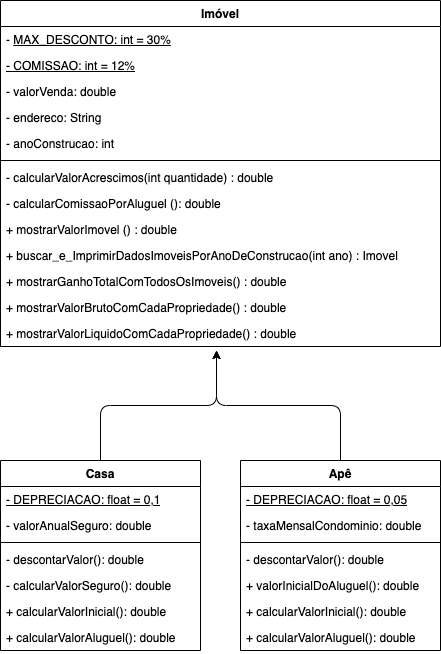
Earlier version of the draw.io export Docs/DiagClasseImobiliaria.drawio.png (ericdiniz/PM_Exerc_Condominio_seguro). Source tidied: cells renumbered, new cells last; positions are measured from the earlier drawing's top-left corner, leaving out a move shared by most shapes. The source it was exported from:
```xml
<mxGraphModel>
  <root>
    <mxCell id="0" />
    <mxCell id="1" parent="0" />
    <mxCell id="2" value="Imóvel" style="swimlane;fontStyle=1;align=center;verticalAlign=top;horizontal=1;startSize=26;whiteSpace=wrap;html=1;" parent="1" vertex="1">
      <mxGeometry width="440" height="346" as="geometry" />
    </mxCell>
    <mxCell id="3" value="- &lt;u&gt;MAX_DESCONTO: int = 30%&lt;/u&gt;" style="text;strokeColor=none;fillColor=none;align=left;verticalAlign=top;spacingLeft=4;spacingRight=4;overflow=hidden;whiteSpace=wrap;html=1;" parent="2" vertex="1">
      <mxGeometry y="26" width="440" height="26" as="geometry" />
    </mxCell>
    <mxCell id="4" value="&lt;u&gt;- COMISSAO: int = 12%&lt;/u&gt;" style="text;strokeColor=none;fillColor=none;align=left;verticalAlign=top;spacingLeft=4;spacingRight=4;overflow=hidden;points=[[0,0.5],[1,0.5]];portConstraint=eastwest;whiteSpace=wrap;html=1;" parent="2" vertex="1">
      <mxGeometry y="52" width="440" height="26" as="geometry" />
    </mxCell>
    <mxCell id="5" value="- valorVenda: double" style="text;strokeColor=none;fillColor=none;align=left;verticalAlign=top;spacingLeft=4;spacingRight=4;overflow=hidden;whiteSpace=wrap;html=1;" parent="2" vertex="1">
      <mxGeometry y="78" width="440" height="26" as="geometry" />
    </mxCell>
    <mxCell id="6" value="- endereco: String" style="text;strokeColor=none;fillColor=none;align=left;verticalAlign=top;spacingLeft=4;spacingRight=4;overflow=hidden;whiteSpace=wrap;html=1;" parent="2" vertex="1">
      <mxGeometry y="104" width="440" height="26" as="geometry" />
    </mxCell>
    <mxCell id="7" value="- anoConstrucao: int" style="text;strokeColor=none;fillColor=none;align=left;verticalAlign=top;spacingLeft=4;spacingRight=4;overflow=hidden;whiteSpace=wrap;html=1;" parent="2" vertex="1">
      <mxGeometry y="130" width="440" height="26" as="geometry" />
    </mxCell>
    <mxCell id="8" style="line;strokeWidth=1;fillColor=none;align=left;verticalAlign=middle;spacingTop=-1;spacingLeft=3;spacingRight=3;labelPosition=right;strokeColor=inherit;" parent="2" vertex="1">
      <mxGeometry y="156" width="440" height="8" as="geometry" />
    </mxCell>
    <mxCell id="9" value="- calcularValorAcrescimos(int quantidade) : double" style="text;strokeColor=none;fillColor=none;align=left;verticalAlign=top;spacingLeft=4;spacingRight=4;overflow=hidden;whiteSpace=wrap;html=1;" parent="2" vertex="1">
      <mxGeometry y="164" width="440" height="26" as="geometry" />
    </mxCell>
    <mxCell id="10" value="- calcularComissaoPorAluguel (): double" style="text;strokeColor=none;fillColor=none;align=left;verticalAlign=top;spacingLeft=4;spacingRight=4;overflow=hidden;whiteSpace=wrap;html=1;" parent="2" vertex="1">
      <mxGeometry y="190" width="440" height="26" as="geometry" />
    </mxCell>
    <mxCell id="11" value="+ mostrarValorImovel () : double" style="text;strokeColor=none;fillColor=none;align=left;verticalAlign=top;spacingLeft=4;spacingRight=4;overflow=hidden;whiteSpace=wrap;html=1;" parent="2" vertex="1">
      <mxGeometry y="216" width="440" height="26" as="geometry" />
    </mxCell>
    <mxCell id="12" value="+ buscar_e_ImprimirDadosImoveisPorAnoDeConstrucao(int ano) : Imovel" style="text;strokeColor=none;fillColor=none;align=left;verticalAlign=top;spacingLeft=4;spacingRight=4;overflow=hidden;whiteSpace=wrap;html=1;" parent="2" vertex="1">
      <mxGeometry y="242" width="440" height="26" as="geometry" />
    </mxCell>
    <mxCell id="13" value="+ mostrarGanhoTotalComTodosOsImoveis() : double" style="text;strokeColor=none;fillColor=none;align=left;verticalAlign=top;spacingLeft=4;spacingRight=4;overflow=hidden;whiteSpace=wrap;html=1;" parent="2" vertex="1">
      <mxGeometry y="268" width="440" height="26" as="geometry" />
    </mxCell>
    <mxCell id="14" value="+ mostrarValorBrutoComCadaPropriedade() : double" style="text;strokeColor=none;fillColor=none;align=left;verticalAlign=top;spacingLeft=4;spacingRight=4;overflow=hidden;whiteSpace=wrap;html=1;" parent="2" vertex="1">
      <mxGeometry y="294" width="440" height="26" as="geometry" />
    </mxCell>
    <mxCell id="15" value="+ mostrarValorLiquidoComCadaPropriedade() : double" style="text;strokeColor=none;fillColor=none;align=left;verticalAlign=top;spacingLeft=4;spacingRight=4;overflow=hidden;points=[[0,0.5],[1,0.5]];portConstraint=eastwest;whiteSpace=wrap;html=1;" parent="2" vertex="1">
      <mxGeometry y="320" width="440" height="26" as="geometry" />
    </mxCell>
    <mxCell id="16" style="edgeStyle=orthogonalEdgeStyle;html=1;exitX=0.5;exitY=0;exitDx=0;exitDy=0;" parent="1" edge="1" source="17">
      <mxGeometry relative="1" as="geometry">
        <mxPoint x="216" y="350" as="targetPoint" />
      </mxGeometry>
    </mxCell>
    <mxCell id="17" value="Casa" style="swimlane;fontStyle=1;align=center;verticalAlign=top;horizontal=1;startSize=26;whiteSpace=wrap;html=1;" parent="1" vertex="1">
      <mxGeometry y="460" width="200" height="190" as="geometry" />
    </mxCell>
    <mxCell id="18" value="&lt;u&gt;- DEPRECIACAO: float = 0,1&lt;/u&gt;" style="text;strokeColor=none;fillColor=none;align=left;verticalAlign=top;spacingLeft=4;spacingRight=4;overflow=hidden;whiteSpace=wrap;html=1;" parent="17" vertex="1">
      <mxGeometry y="26" width="200" height="26" as="geometry" />
    </mxCell>
    <mxCell id="19" value="- valorAnualSeguro: double" style="text;strokeColor=none;fillColor=none;align=left;verticalAlign=top;spacingLeft=4;spacingRight=4;overflow=hidden;whiteSpace=wrap;html=1;" parent="17" vertex="1">
      <mxGeometry y="52" width="200" height="26" as="geometry" />
    </mxCell>
    <mxCell id="20" style="line;strokeWidth=1;fillColor=none;align=left;verticalAlign=middle;spacingTop=-1;spacingLeft=3;spacingRight=3;labelPosition=right;strokeColor=inherit;" parent="17" vertex="1">
      <mxGeometry y="78" width="200" height="8" as="geometry" />
    </mxCell>
    <mxCell id="21" value="-&amp;nbsp;descontarValor(): double" style="text;strokeColor=none;fillColor=none;align=left;verticalAlign=top;spacingLeft=4;spacingRight=4;overflow=hidden;whiteSpace=wrap;html=1;" parent="17" vertex="1">
      <mxGeometry y="86" width="200" height="26" as="geometry" />
    </mxCell>
    <mxCell id="22" value="-&amp;nbsp;calcularValorSeguro(): double" style="text;strokeColor=none;fillColor=none;align=left;verticalAlign=top;spacingLeft=4;spacingRight=4;overflow=hidden;whiteSpace=wrap;html=1;" parent="17" vertex="1">
      <mxGeometry y="112" width="200" height="26" as="geometry" />
    </mxCell>
    <mxCell id="23" value="+ calcularValorInicial(): double" style="text;strokeColor=none;fillColor=none;align=left;verticalAlign=top;spacingLeft=4;spacingRight=4;overflow=hidden;whiteSpace=wrap;html=1;" parent="17" vertex="1">
      <mxGeometry y="138" width="200" height="26" as="geometry" />
    </mxCell>
    <mxCell id="24" value="+&amp;nbsp;calcularValorAluguel(): double" style="text;strokeColor=none;fillColor=none;align=left;verticalAlign=top;spacingLeft=4;spacingRight=4;overflow=hidden;whiteSpace=wrap;html=1;" parent="17" vertex="1">
      <mxGeometry y="164" width="200" height="26" as="geometry" />
    </mxCell>
    <mxCell id="25" style="edgeStyle=orthogonalEdgeStyle;html=1;exitX=0.5;exitY=0;exitDx=0;exitDy=0;" parent="1" edge="1" source="26">
      <mxGeometry relative="1" as="geometry">
        <mxPoint x="216" y="350" as="targetPoint" />
      </mxGeometry>
    </mxCell>
    <mxCell id="26" value="Apê" style="swimlane;fontStyle=1;align=center;verticalAlign=top;horizontal=1;startSize=26;whiteSpace=wrap;html=1;" parent="1" vertex="1">
      <mxGeometry x="240" y="460" width="200" height="190" as="geometry" />
    </mxCell>
    <mxCell id="27" value="&lt;u style=&quot;border-color: var(--border-color);&quot;&gt;- DEPRECIACAO: float = 0,05&lt;/u&gt;" style="text;strokeColor=none;fillColor=none;align=left;verticalAlign=top;spacingLeft=4;spacingRight=4;overflow=hidden;whiteSpace=wrap;html=1;" parent="26" vertex="1">
      <mxGeometry y="26" width="200" height="26" as="geometry" />
    </mxCell>
    <mxCell id="28" value="- taxaMensalCondominio: double" style="text;strokeColor=none;fillColor=none;align=left;verticalAlign=top;spacingLeft=4;spacingRight=4;overflow=hidden;whiteSpace=wrap;html=1;" parent="26" vertex="1">
      <mxGeometry y="52" width="200" height="26" as="geometry" />
    </mxCell>
    <mxCell id="29" style="line;strokeWidth=1;fillColor=none;align=left;verticalAlign=middle;spacingTop=-1;spacingLeft=3;spacingRight=3;labelPosition=right;strokeColor=inherit;" parent="26" vertex="1">
      <mxGeometry y="78" width="200" height="8" as="geometry" />
    </mxCell>
    <mxCell id="30" value="-&amp;nbsp;descontarValor(): double" style="text;strokeColor=none;fillColor=none;align=left;verticalAlign=top;spacingLeft=4;spacingRight=4;overflow=hidden;whiteSpace=wrap;html=1;" parent="26" vertex="1">
      <mxGeometry y="86" width="200" height="26" as="geometry" />
    </mxCell>
    <mxCell id="31" value="+ valorInicialDoAluguel(): double" style="text;strokeColor=none;fillColor=none;align=left;verticalAlign=top;spacingLeft=4;spacingRight=4;overflow=hidden;whiteSpace=wrap;html=1;" parent="26" vertex="1">
      <mxGeometry y="112" width="200" height="26" as="geometry" />
    </mxCell>
    <mxCell id="32" value="+ calcularValorInicial(): double" style="text;strokeColor=none;fillColor=none;align=left;verticalAlign=top;spacingLeft=4;spacingRight=4;overflow=hidden;whiteSpace=wrap;html=1;" parent="26" vertex="1">
      <mxGeometry y="138" width="200" height="26" as="geometry" />
    </mxCell>
    <mxCell id="33" value="+&amp;nbsp;calcularValorAluguel(): double" style="text;strokeColor=none;fillColor=none;align=left;verticalAlign=top;spacingLeft=4;spacingRight=4;overflow=hidden;whiteSpace=wrap;html=1;" parent="26" vertex="1">
      <mxGeometry y="164" width="200" height="26" as="geometry" />
    </mxCell>
  </root>
</mxGraphModel>
```
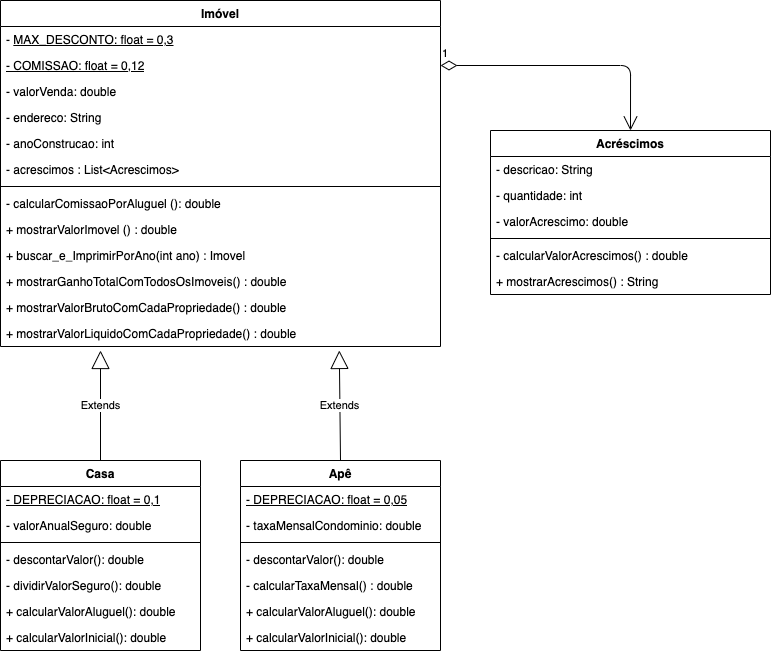
Later version of the same file.

Commit message:
versao atualizada do diagrama de classes, alem do codigo da classe acrescimos

Change to the diagram source:
```diff
@@ -5,10 +5,10 @@
     <mxCell id="2" value="Imóvel" style="swimlane;fontStyle=1;align=center;verticalAlign=top;horizontal=1;startSize=26;whiteSpace=wrap;html=1;" parent="1" vertex="1">
       <mxGeometry width="440" height="346" as="geometry" />
     </mxCell>
-    <mxCell id="3" value="- &lt;u&gt;MAX_DESCONTO: int = 30%&lt;/u&gt;" style="text;strokeColor=none;fillColor=none;align=left;verticalAlign=top;spacingLeft=4;spacingRight=4;overflow=hidden;whiteSpace=wrap;html=1;" parent="2" vertex="1">
+    <mxCell id="3" value="- &lt;u&gt;MAX_DESCONTO: float = 0,3&lt;/u&gt;" style="text;strokeColor=none;fillColor=none;align=left;verticalAlign=top;spacingLeft=4;spacingRight=4;overflow=hidden;whiteSpace=wrap;html=1;" parent="2" vertex="1">
       <mxGeometry y="26" width="440" height="26" as="geometry" />
     </mxCell>
-    <mxCell id="4" value="&lt;u&gt;- COMISSAO: int = 12%&lt;/u&gt;" style="text;strokeColor=none;fillColor=none;align=left;verticalAlign=top;spacingLeft=4;spacingRight=4;overflow=hidden;points=[[0,0.5],[1,0.5]];portConstraint=eastwest;whiteSpace=wrap;html=1;" parent="2" vertex="1">
+    <mxCell id="4" value="&lt;u&gt;- COMISSAO: float = 0,12&lt;/u&gt;" style="text;strokeColor=none;fillColor=none;align=left;verticalAlign=top;spacingLeft=4;spacingRight=4;overflow=hidden;points=[[0,0.5],[1,0.5]];portConstraint=eastwest;whiteSpace=wrap;html=1;" parent="2" vertex="1">
       <mxGeometry y="52" width="440" height="26" as="geometry" />
     </mxCell>
     <mxCell id="5" value="- valorVenda: double" style="text;strokeColor=none;fillColor=none;align=left;verticalAlign=top;spacingLeft=4;spacingRight=4;overflow=hidden;whiteSpace=wrap;html=1;" parent="2" vertex="1">
@@ -20,19 +20,19 @@
     <mxCell id="7" value="- anoConstrucao: int" style="text;strokeColor=none;fillColor=none;align=left;verticalAlign=top;spacingLeft=4;spacingRight=4;overflow=hidden;whiteSpace=wrap;html=1;" parent="2" vertex="1">
       <mxGeometry y="130" width="440" height="26" as="geometry" />
     </mxCell>
+    <mxCell id="34" value="- acrescimos : List&amp;lt;Acrescimos&amp;gt;" style="text;strokeColor=none;fillColor=none;align=left;verticalAlign=top;spacingLeft=4;spacingRight=4;overflow=hidden;whiteSpace=wrap;html=1;" parent="2" vertex="1">
+      <mxGeometry y="156" width="440" height="26" as="geometry" />
+    </mxCell>
     <mxCell id="8" style="line;strokeWidth=1;fillColor=none;align=left;verticalAlign=middle;spacingTop=-1;spacingLeft=3;spacingRight=3;labelPosition=right;strokeColor=inherit;" parent="2" vertex="1">
-      <mxGeometry y="156" width="440" height="8" as="geometry" />
+      <mxGeometry y="182" width="440" height="8" as="geometry" />
     </mxCell>
-    <mxCell id="9" value="- calcularValorAcrescimos(int quantidade) : double" style="text;strokeColor=none;fillColor=none;align=left;verticalAlign=top;spacingLeft=4;spacingRight=4;overflow=hidden;whiteSpace=wrap;html=1;" parent="2" vertex="1">
-      <mxGeometry y="164" width="440" height="26" as="geometry" />
-    </mxCell>
     <mxCell id="10" value="- calcularComissaoPorAluguel (): double" style="text;strokeColor=none;fillColor=none;align=left;verticalAlign=top;spacingLeft=4;spacingRight=4;overflow=hidden;whiteSpace=wrap;html=1;" parent="2" vertex="1">
       <mxGeometry y="190" width="440" height="26" as="geometry" />
     </mxCell>
     <mxCell id="11" value="+ mostrarValorImovel () : double" style="text;strokeColor=none;fillColor=none;align=left;verticalAlign=top;spacingLeft=4;spacingRight=4;overflow=hidden;whiteSpace=wrap;html=1;" parent="2" vertex="1">
       <mxGeometry y="216" width="440" height="26" as="geometry" />
     </mxCell>
-    <mxCell id="12" value="+ buscar_e_ImprimirDadosImoveisPorAnoDeConstrucao(int ano) : Imovel" style="text;strokeColor=none;fillColor=none;align=left;verticalAlign=top;spacingLeft=4;spacingRight=4;overflow=hidden;whiteSpace=wrap;html=1;" parent="2" vertex="1">
+    <mxCell id="12" value="+ buscar_e_ImprimirPorAno(int ano) : Imovel" style="text;strokeColor=none;fillColor=none;align=left;verticalAlign=top;spacingLeft=4;spacingRight=4;overflow=hidden;whiteSpace=wrap;html=1;" parent="2" vertex="1">
       <mxGeometry y="242" width="440" height="26" as="geometry" />
     </mxCell>
     <mxCell id="13" value="+ mostrarGanhoTotalComTodosOsImoveis() : double" style="text;strokeColor=none;fillColor=none;align=left;verticalAlign=top;spacingLeft=4;spacingRight=4;overflow=hidden;whiteSpace=wrap;html=1;" parent="2" vertex="1">
@@ -44,11 +44,6 @@
     <mxCell id="15" value="+ mostrarValorLiquidoComCadaPropriedade() : double" style="text;strokeColor=none;fillColor=none;align=left;verticalAlign=top;spacingLeft=4;spacingRight=4;overflow=hidden;points=[[0,0.5],[1,0.5]];portConstraint=eastwest;whiteSpace=wrap;html=1;" parent="2" vertex="1">
       <mxGeometry y="320" width="440" height="26" as="geometry" />
     </mxCell>
-    <mxCell id="16" style="edgeStyle=orthogonalEdgeStyle;html=1;exitX=0.5;exitY=0;exitDx=0;exitDy=0;" parent="1" edge="1" source="17">
-      <mxGeometry relative="1" as="geometry">
-        <mxPoint x="216" y="350" as="targetPoint" />
-      </mxGeometry>
-    </mxCell>
     <mxCell id="17" value="Casa" style="swimlane;fontStyle=1;align=center;verticalAlign=top;horizontal=1;startSize=26;whiteSpace=wrap;html=1;" parent="1" vertex="1">
       <mxGeometry y="460" width="200" height="190" as="geometry" />
     </mxCell>
@@ -64,20 +59,15 @@
     <mxCell id="21" value="-&amp;nbsp;descontarValor(): double" style="text;strokeColor=none;fillColor=none;align=left;verticalAlign=top;spacingLeft=4;spacingRight=4;overflow=hidden;whiteSpace=wrap;html=1;" parent="17" vertex="1">
       <mxGeometry y="86" width="200" height="26" as="geometry" />
     </mxCell>
-    <mxCell id="22" value="-&amp;nbsp;calcularValorSeguro(): double" style="text;strokeColor=none;fillColor=none;align=left;verticalAlign=top;spacingLeft=4;spacingRight=4;overflow=hidden;whiteSpace=wrap;html=1;" parent="17" vertex="1">
+    <mxCell id="22" value="- dividirValorSeguro(): double" style="text;strokeColor=none;fillColor=none;align=left;verticalAlign=top;spacingLeft=4;spacingRight=4;overflow=hidden;whiteSpace=wrap;html=1;" parent="17" vertex="1">
       <mxGeometry y="112" width="200" height="26" as="geometry" />
     </mxCell>
+    <mxCell id="24" value="+&amp;nbsp;calcularValorAluguel(): double" style="text;strokeColor=none;fillColor=none;align=left;verticalAlign=top;spacingLeft=4;spacingRight=4;overflow=hidden;whiteSpace=wrap;html=1;" parent="17" vertex="1">
+      <mxGeometry y="138" width="200" height="26" as="geometry" />
+    </mxCell>
     <mxCell id="23" value="+ calcularValorInicial(): double" style="text;strokeColor=none;fillColor=none;align=left;verticalAlign=top;spacingLeft=4;spacingRight=4;overflow=hidden;whiteSpace=wrap;html=1;" parent="17" vertex="1">
-      <mxGeometry y="138" width="200" height="26" as="geometry" />
+      <mxGeometry y="164" width="200" height="26" as="geometry" />
     </mxCell>
-    <mxCell id="24" value="+&amp;nbsp;calcularValorAluguel(): double" style="text;strokeColor=none;fillColor=none;align=left;verticalAlign=top;spacingLeft=4;spacingRight=4;overflow=hidden;whiteSpace=wrap;html=1;" parent="17" vertex="1">
-      <mxGeometry y="164" width="200" height="26" as="geometry" />
-    </mxCell>
-    <mxCell id="25" style="edgeStyle=orthogonalEdgeStyle;html=1;exitX=0.5;exitY=0;exitDx=0;exitDy=0;" parent="1" edge="1" source="26">
-      <mxGeometry relative="1" as="geometry">
-        <mxPoint x="216" y="350" as="targetPoint" />
-      </mxGeometry>
-    </mxCell>
     <mxCell id="26" value="Apê" style="swimlane;fontStyle=1;align=center;verticalAlign=top;horizontal=1;startSize=26;whiteSpace=wrap;html=1;" parent="1" vertex="1">
       <mxGeometry x="240" y="460" width="200" height="190" as="geometry" />
     </mxCell>
@@ -93,14 +83,46 @@
     <mxCell id="30" value="-&amp;nbsp;descontarValor(): double" style="text;strokeColor=none;fillColor=none;align=left;verticalAlign=top;spacingLeft=4;spacingRight=4;overflow=hidden;whiteSpace=wrap;html=1;" parent="26" vertex="1">
       <mxGeometry y="86" width="200" height="26" as="geometry" />
     </mxCell>
-    <mxCell id="31" value="+ valorInicialDoAluguel(): double" style="text;strokeColor=none;fillColor=none;align=left;verticalAlign=top;spacingLeft=4;spacingRight=4;overflow=hidden;whiteSpace=wrap;html=1;" parent="26" vertex="1">
+    <mxCell id="31" value="- calcularTaxaMensal() : double" style="text;strokeColor=none;fillColor=none;align=left;verticalAlign=top;spacingLeft=4;spacingRight=4;overflow=hidden;whiteSpace=wrap;html=1;" parent="26" vertex="1">
       <mxGeometry y="112" width="200" height="26" as="geometry" />
     </mxCell>
+    <mxCell id="33" value="+&amp;nbsp;calcularValorAluguel(): double" style="text;strokeColor=none;fillColor=none;align=left;verticalAlign=top;spacingLeft=4;spacingRight=4;overflow=hidden;whiteSpace=wrap;html=1;" parent="26" vertex="1">
+      <mxGeometry y="138" width="200" height="26" as="geometry" />
+    </mxCell>
     <mxCell id="32" value="+ calcularValorInicial(): double" style="text;strokeColor=none;fillColor=none;align=left;verticalAlign=top;spacingLeft=4;spacingRight=4;overflow=hidden;whiteSpace=wrap;html=1;" parent="26" vertex="1">
-      <mxGeometry y="138" width="200" height="26" as="geometry" />
+      <mxGeometry y="164" width="200" height="26" as="geometry" />
     </mxCell>
-    <mxCell id="33" value="+&amp;nbsp;calcularValorAluguel(): double" style="text;strokeColor=none;fillColor=none;align=left;verticalAlign=top;spacingLeft=4;spacingRight=4;overflow=hidden;whiteSpace=wrap;html=1;" parent="26" vertex="1">
-      <mxGeometry y="164" width="200" height="26" as="geometry" />
-    </mxCell>
+    <mxCell id="35" value="Extends" style="endArrow=block;endSize=16;endFill=0;html=1;exitX=0.5;exitY=0;exitDx=0;exitDy=0;" parent="1" edge="1" source="17">
+      <mxGeometry relative="1" as="geometry">
+        <mxPoint x="100" y="350" as="targetPoint" />
+      </mxGeometry>
+    </mxCell>
+    <mxCell id="36" value="Extends" style="endArrow=block;endSize=16;endFill=0;html=1;exitX=0.5;exitY=0;exitDx=0;exitDy=0;entryX=0.77;entryY=1.153;entryDx=0;entryDy=0;entryPerimeter=0;" parent="1" edge="1" source="26" target="15">
+      <mxGeometry relative="1" as="geometry" />
+    </mxCell>
+    <mxCell id="37" value="1" style="endArrow=open;html=1;endSize=12;startArrow=diamondThin;startSize=14;startFill=0;edgeStyle=orthogonalEdgeStyle;align=left;verticalAlign=bottom;exitX=1;exitY=0.5;exitDx=0;exitDy=0;entryX=0.5;entryY=0;entryDx=0;entryDy=0;" parent="1" edge="1" source="4" target="38">
+      <mxGeometry x="-1" y="3" relative="1" as="geometry" />
+    </mxCell>
+    <mxCell id="38" value="Acréscimos" style="swimlane;fontStyle=1;align=center;verticalAlign=top;horizontal=1;startSize=26;" parent="1" vertex="1">
+      <mxGeometry x="490" y="130" width="280" height="164" as="geometry" />
+    </mxCell>
+    <mxCell id="39" value="- descricao: String" style="text;strokeColor=none;fillColor=none;align=left;verticalAlign=top;spacingLeft=4;spacingRight=4;overflow=hidden;" parent="38" vertex="1">
+      <mxGeometry y="26" width="280" height="26" as="geometry" />
+    </mxCell>
+    <mxCell id="40" value="- quantidade: int" style="text;strokeColor=none;fillColor=none;align=left;verticalAlign=top;spacingLeft=4;spacingRight=4;overflow=hidden;" parent="38" vertex="1">
+      <mxGeometry y="52" width="280" height="26" as="geometry" />
+    </mxCell>
+    <mxCell id="41" value="- valorAcrescimo: double" style="text;strokeColor=none;fillColor=none;align=left;verticalAlign=top;spacingLeft=4;spacingRight=4;overflow=hidden;" parent="38" vertex="1">
+      <mxGeometry y="78" width="280" height="26" as="geometry" />
+    </mxCell>
+    <mxCell id="42" style="line;strokeWidth=1;fillColor=none;align=left;verticalAlign=middle;spacingTop=-1;spacingLeft=3;spacingRight=3;labelPosition=right;strokeColor=inherit;" parent="38" vertex="1">
+      <mxGeometry y="104" width="280" height="8" as="geometry" />
+    </mxCell>
+    <mxCell id="43" value="- calcularValorAcrescimos() : double" style="text;strokeColor=none;fillColor=none;align=left;verticalAlign=top;spacingLeft=4;spacingRight=4;overflow=hidden;" parent="38" vertex="1">
+      <mxGeometry y="112" width="280" height="26" as="geometry" />
+    </mxCell>
+    <mxCell id="44" value="+ mostrarAcrescimos() : String" style="text;strokeColor=none;fillColor=none;align=left;verticalAlign=top;spacingLeft=4;spacingRight=4;overflow=hidden;" parent="38" vertex="1">
+      <mxGeometry y="138" width="280" height="26" as="geometry" />
+    </mxCell>
   </root>
 </mxGraphModel>
```
